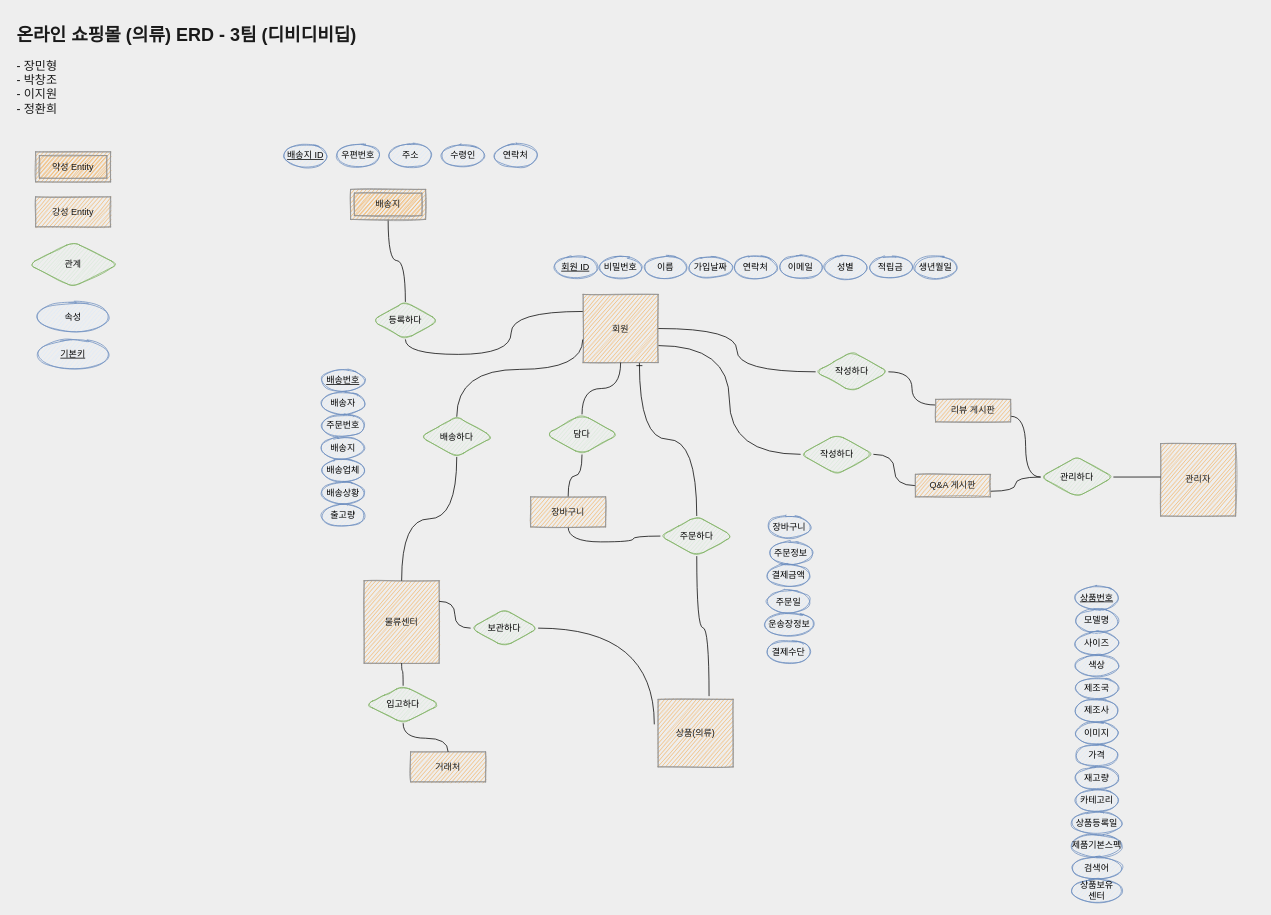
pcjo1202/DataBase-design keeps this draw.io diagram as page "페이지-2의 복사본" (3 of 4) of Untitled Diagram.drawio. Above is the earlier version. Source tidied: cells renumbered, new cells numbered last; positions are measured from the earlier drawing's top-left corner, leaving out a move shared by most shapes. Both pictures are drawn from the tidied source at 75%, with x=0, y=0 at pixel (13, 20).
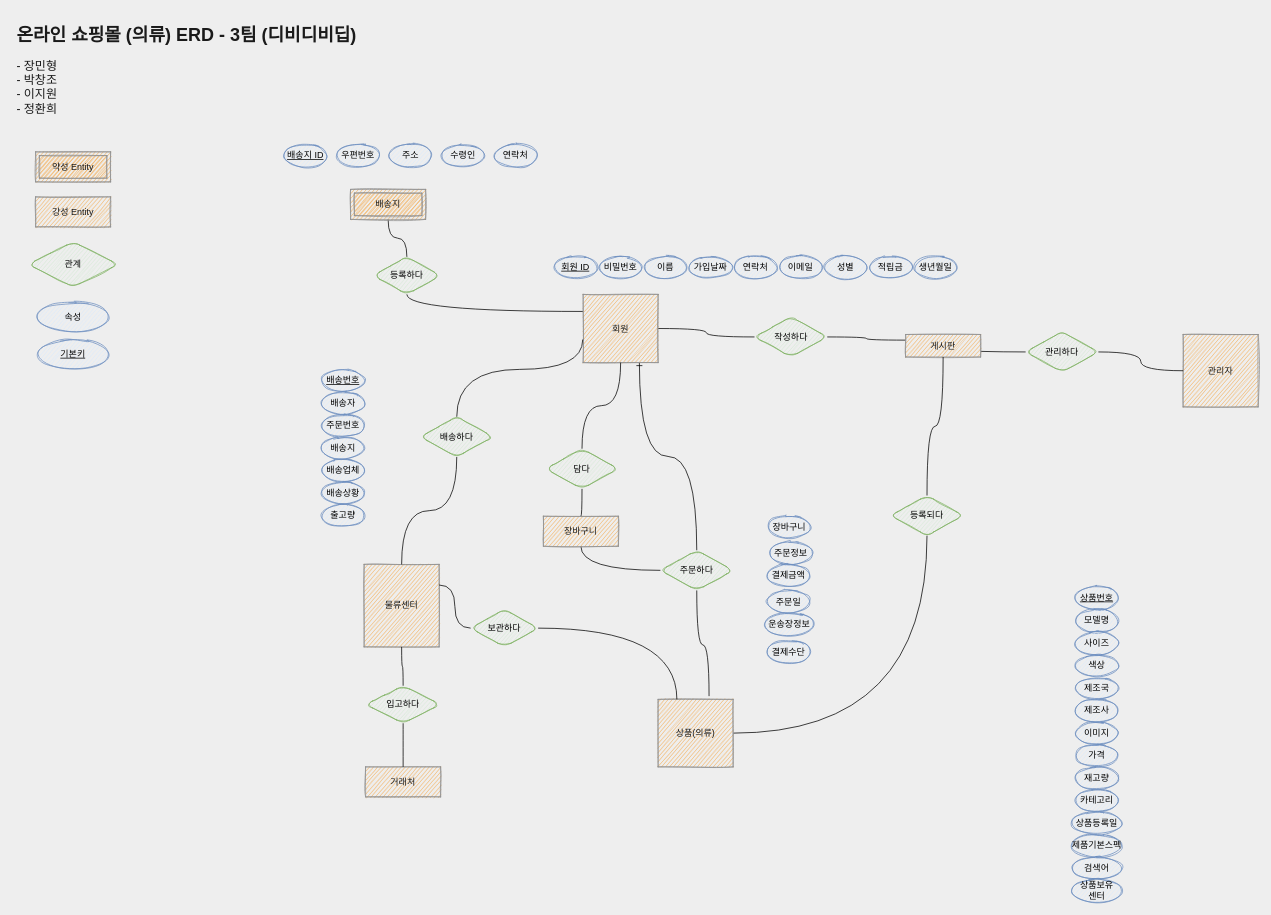
The same diagram, later.

Unchanged cells that the change refers to:
```xml
<mxCell id="19" value="회원" style="whiteSpace=wrap;html=1;align=center;rounded=0;sketch=1;fontColor=#1A1A1A;strokeColor=#909090;fillColor=#F5AB50;" parent="1" vertex="1">
  <mxGeometry x="760" y="365" width="100" height="91" as="geometry" />
</mxCell>
<mxCell id="20" value="상품(의류)" style="whiteSpace=wrap;html=1;align=center;rounded=0;sketch=1;fontColor=#1A1A1A;strokeColor=#909090;fillColor=#F5AB50;direction=west;" parent="1" vertex="1">
  <mxGeometry x="860" y="905" width="100" height="90" as="geometry" />
</mxCell>
<mxCell id="34" value="보관하다" style="shape=rhombus;perimeter=rhombusPerimeter;whiteSpace=wrap;html=1;align=center;fillColor=#d5e8d4;strokeColor=#82b366;sketch=1;rounded=1;" parent="1" vertex="1">
  <mxGeometry x="610" y="785" width="90" height="50" as="geometry" />
</mxCell>
```

Diff of the diagram source:
```diff
@@
     <mxCell id="6" value="주문하다" style="shape=rhombus;perimeter=rhombusPerimeter;whiteSpace=wrap;html=1;align=center;fillColor=#d5e8d4;strokeColor=#82b366;sketch=1;rounded=1;" parent="1" vertex="1">
-      <mxGeometry x="863" y="660.5" width="97" height="53.5" as="geometry" />
+      <mxGeometry x="863" y="706.2" width="97" height="53.5" as="geometry" />
     </mxCell>
@@
     <mxCell id="8" value="등록하다" style="shape=rhombus;perimeter=rhombusPerimeter;whiteSpace=wrap;html=1;align=center;fillColor=#d5e8d4;strokeColor=#82b366;sketch=1;rounded=1;" parent="1" vertex="1">
-      <mxGeometry x="478" y="375" width="90" height="50" as="geometry" />
+      <mxGeometry x="480" y="315" width="90" height="50" as="geometry" />
     </mxCell>
@@
-    <mxCell id="17" style="edgeStyle=orthogonalEdgeStyle;curved=1;jettySize=auto;html=1;exitX=1;exitY=0.75;exitDx=0;exitDy=0;entryX=0;entryY=0.5;entryDx=0;entryDy=0;endArrow=none;endFill=0;" parent="1" edge="1" source="19" target="42">
-      <mxGeometry relative="1" as="geometry" />
-    </mxCell>
@@
+    <mxCell id="88" style="edgeStyle=orthogonalEdgeStyle;curved=1;jettySize=auto;html=1;exitX=0;exitY=0.5;exitDx=0;exitDy=0;endArrow=none;endFill=0;entryX=0.5;entryY=1;entryDx=0;entryDy=0;" parent="1" edge="1" source="20" target="91">
+      <mxGeometry relative="1" as="geometry" />
+    </mxCell>
@@
     <mxCell id="27" value="거래처" style="whiteSpace=wrap;html=1;align=center;rounded=0;sketch=1;fontColor=#1A1A1A;strokeColor=#909090;fillColor=#F5AB50;" parent="1" vertex="1">
-      <mxGeometry x="530" y="975" width="100" height="40" as="geometry" />
+      <mxGeometry x="470" y="995" width="100" height="40" as="geometry" />
     </mxCell>
     <mxCell id="28" value="물류센터" style="whiteSpace=wrap;html=1;align=center;rounded=0;sketch=1;fontColor=#1A1A1A;strokeColor=#909090;fillColor=#F5AB50;" parent="1" vertex="1">
-      <mxGeometry x="468" y="746.8" width="100" height="110" as="geometry" />
+      <mxGeometry x="468" y="725" width="100" height="110" as="geometry" />
     </mxCell>
@@
-    <mxCell id="33" style="edgeStyle=orthogonalEdgeStyle;curved=1;jettySize=auto;html=1;exitX=1;exitY=0.5;exitDx=0;exitDy=0;entryX=1.051;entryY=0.63;entryDx=0;entryDy=0;entryPerimeter=0;endArrow=none;endFill=0;" parent="1" edge="1" source="34" target="20">
+    <mxCell id="33" style="edgeStyle=orthogonalEdgeStyle;curved=1;jettySize=auto;html=1;exitX=1;exitY=0.5;exitDx=0;exitDy=0;entryX=0.75;entryY=1;entryDx=0;entryDy=0;endArrow=none;endFill=0;" parent="1" edge="1" source="34" target="20">
       <mxGeometry relative="1" as="geometry" />
     </mxCell>
@@
     <mxCell id="38" value="관리자" style="whiteSpace=wrap;html=1;align=center;rounded=0;sketch=1;fontColor=#1A1A1A;strokeColor=#909090;fillColor=#F5AB50;" parent="1" vertex="1">
-      <mxGeometry x="1530" y="564" width="100" height="96.5" as="geometry" />
+      <mxGeometry x="1560" y="418.5" width="100" height="96.5" as="geometry" />
     </mxCell>
@@
     <mxCell id="40" value="작성하다" style="shape=rhombus;perimeter=rhombusPerimeter;whiteSpace=wrap;html=1;align=center;fillColor=#d5e8d4;strokeColor=#82b366;sketch=1;rounded=1;" parent="1" vertex="1">
-      <mxGeometry x="1070" y="441.5" width="97" height="53.5" as="geometry" />
+      <mxGeometry x="988.5" y="395" width="97" height="53.5" as="geometry" />
     </mxCell>
-    <mxCell id="41" style="edgeStyle=orthogonalEdgeStyle;curved=1;jettySize=auto;html=1;exitX=1;exitY=0.5;exitDx=0;exitDy=0;entryX=0;entryY=0.5;entryDx=0;entryDy=0;endArrow=none;endFill=0;" parent="1" edge="1" source="42" target="48">
-      <mxGeometry relative="1" as="geometry" />
-    </mxCell>
-    <mxCell id="42" value="작성하다" style="shape=rhombus;perimeter=rhombusPerimeter;whiteSpace=wrap;html=1;align=center;fillColor=#d5e8d4;strokeColor=#82b366;sketch=1;rounded=1;" parent="1" vertex="1">
-      <mxGeometry x="1050" y="551.5" width="97" height="53.5" as="geometry" />
-    </mxCell>
-    <mxCell id="43" style="edgeStyle=orthogonalEdgeStyle;curved=1;jettySize=auto;html=1;exitX=1;exitY=0.5;exitDx=0;exitDy=0;entryX=0;entryY=0.5;entryDx=0;entryDy=0;endArrow=none;endFill=0;" parent="1" edge="1" source="46">
-      <mxGeometry relative="1" as="geometry">
-        <mxPoint x="1530" y="608.5" as="targetPoint" />
-      </mxGeometry>
-    </mxCell>
@@
-    <mxCell id="45" style="edgeStyle=orthogonalEdgeStyle;curved=1;jettySize=auto;html=1;exitX=0;exitY=0.5;exitDx=0;exitDy=0;entryX=1;entryY=0.75;entryDx=0;entryDy=0;endArrow=none;endFill=0;" parent="1" edge="1" source="46" target="48">
-      <mxGeometry relative="1" as="geometry" />
-    </mxCell>
+    <mxCell id="89" style="edgeStyle=orthogonalEdgeStyle;curved=1;jettySize=auto;html=1;exitX=1;exitY=0.5;exitDx=0;exitDy=0;endArrow=none;endFill=0;" parent="1" edge="1" source="46" target="38">
+      <mxGeometry relative="1" as="geometry" />
+    </mxCell>
     <mxCell id="46" value="관리하다" style="shape=rhombus;perimeter=rhombusPerimeter;whiteSpace=wrap;html=1;align=center;fillColor=#d5e8d4;strokeColor=#82b366;sketch=1;rounded=1;" parent="1" vertex="1">
-      <mxGeometry x="1370" y="581.8" width="97" height="53.5" as="geometry" />
+      <mxGeometry x="1350" y="415" width="97" height="53.5" as="geometry" />
     </mxCell>
-    <mxCell id="47" value="리뷰 게시판" style="whiteSpace=wrap;html=1;align=center;rounded=0;sketch=1;fontColor=#1A1A1A;strokeColor=#909090;fillColor=#F5AB50;" parent="1" vertex="1">
-      <mxGeometry x="1230" y="505" width="100" height="30" as="geometry" />
+    <mxCell id="47" value="게시판" style="whiteSpace=wrap;html=1;align=center;rounded=0;sketch=1;fontColor=#1A1A1A;strokeColor=#909090;fillColor=#F5AB50;" parent="1" vertex="1">
+      <mxGeometry x="1190" y="418.5" width="100" height="30" as="geometry" />
     </mxCell>
-    <mxCell id="48" value="Q&amp;amp;A 게시판" style="whiteSpace=wrap;html=1;align=center;rounded=0;sketch=1;fontColor=#1A1A1A;strokeColor=#909090;fillColor=#F5AB50;" parent="1" vertex="1">
-      <mxGeometry x="1203" y="605" width="100" height="30" as="geometry" />
-    </mxCell>
@@
     <mxCell id="85" value="장바구니" style="whiteSpace=wrap;html=1;align=center;rounded=0;sketch=1;fontColor=#1A1A1A;strokeColor=#909090;fillColor=#F5AB50;" parent="1" vertex="1">
-      <mxGeometry x="690" y="635" width="100" height="40" as="geometry" />
+      <mxGeometry x="707" y="660.8" width="100" height="40" as="geometry" />
     </mxCell>
@@
     <mxCell id="87" value="담다" style="shape=rhombus;perimeter=rhombusPerimeter;whiteSpace=wrap;html=1;align=center;fillColor=#d5e8d4;strokeColor=#82b366;sketch=1;rounded=1;" parent="1" vertex="1">
-      <mxGeometry x="710" y="525" width="97" height="53.5" as="geometry" />
+      <mxGeometry x="710" y="570.8" width="97" height="53.5" as="geometry" />
     </mxCell>
+    <mxCell id="90" style="edgeStyle=orthogonalEdgeStyle;curved=1;jettySize=auto;html=1;exitX=0.5;exitY=0;exitDx=0;exitDy=0;entryX=0.5;entryY=1;entryDx=0;entryDy=0;endArrow=none;endFill=0;" parent="1" edge="1" source="91" target="47">
+      <mxGeometry relative="1" as="geometry" />
+    </mxCell>
+    <mxCell id="91" value="등록되다" style="shape=rhombus;perimeter=rhombusPerimeter;whiteSpace=wrap;html=1;align=center;fillColor=#d5e8d4;strokeColor=#82b366;sketch=1;rounded=1;" parent="1" vertex="1">
+      <mxGeometry x="1170" y="633.2" width="97" height="53.5" as="geometry" />
+    </mxCell>
```
